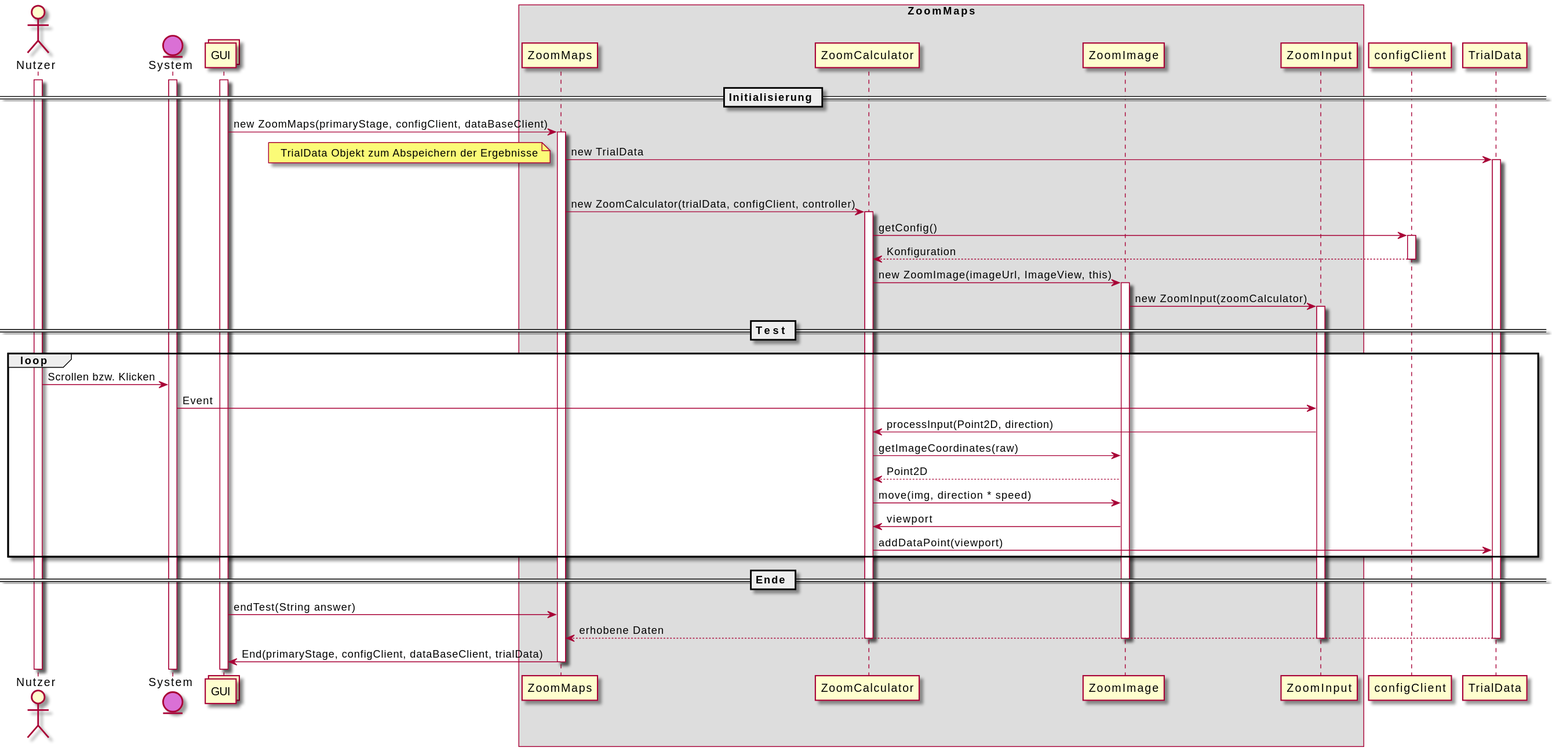
Above: uml-sequence/zoommaps/sequenz-zoommaps.svg in weichware-10/dokumente (PlantUML), before the change.
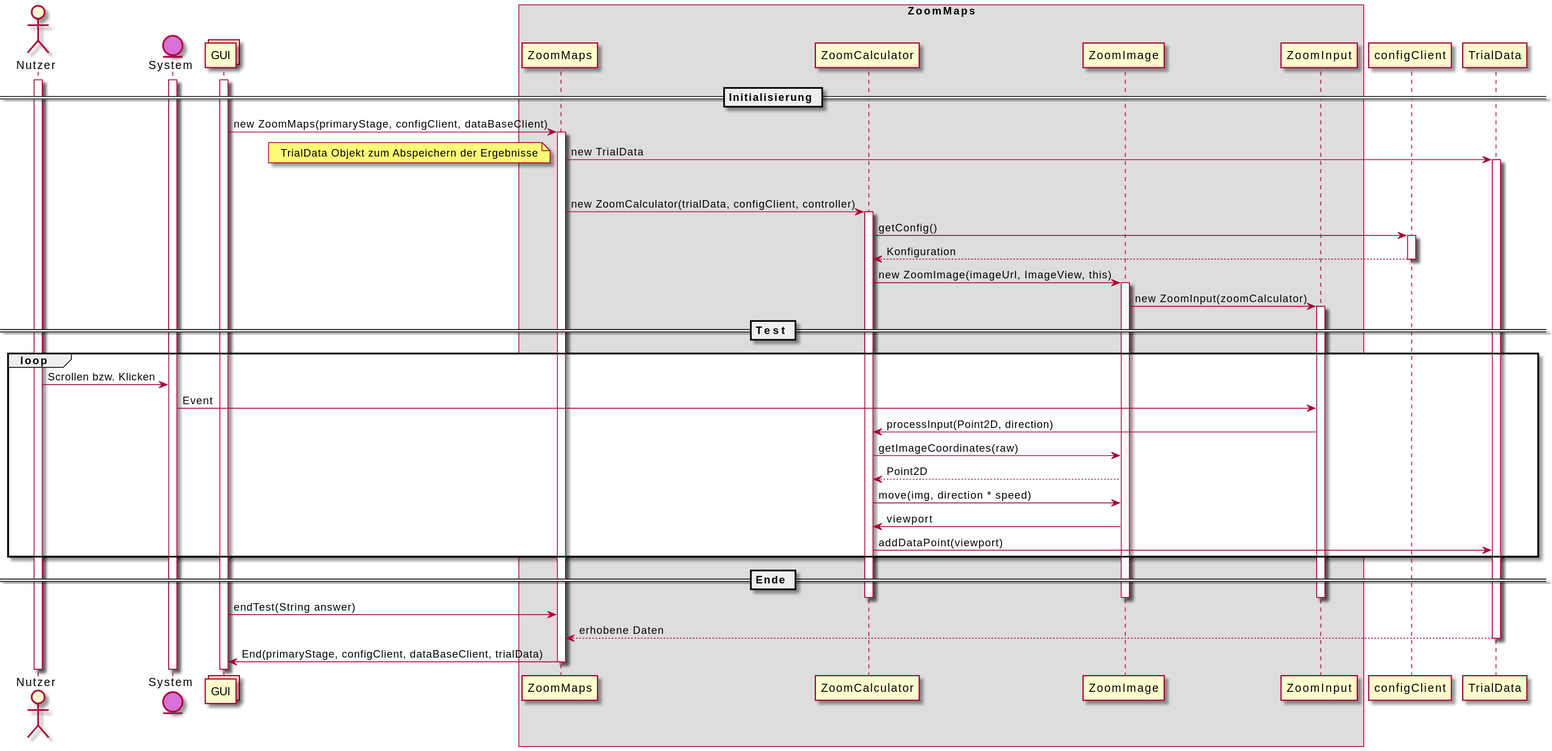
Later version of the same file.

Commit message:
[chore] rendered SVGs

The edit, as a diff of the source:
```diff
@@ -54,12 +54,12 @@
 end
 
 == Ende ==
+deactivate zb
+deactivate zi
+deactivate zc
 g -> zm : endTest(String answer)
 td --> zm : erhobene Daten
-deactivate zb
 deactivate td
-deactivate zc
-deactivate zi
 zm -> g : End(primaryStage, configClient, dataBaseClient, trialData)
 deactivate zm
 @enduml
```
